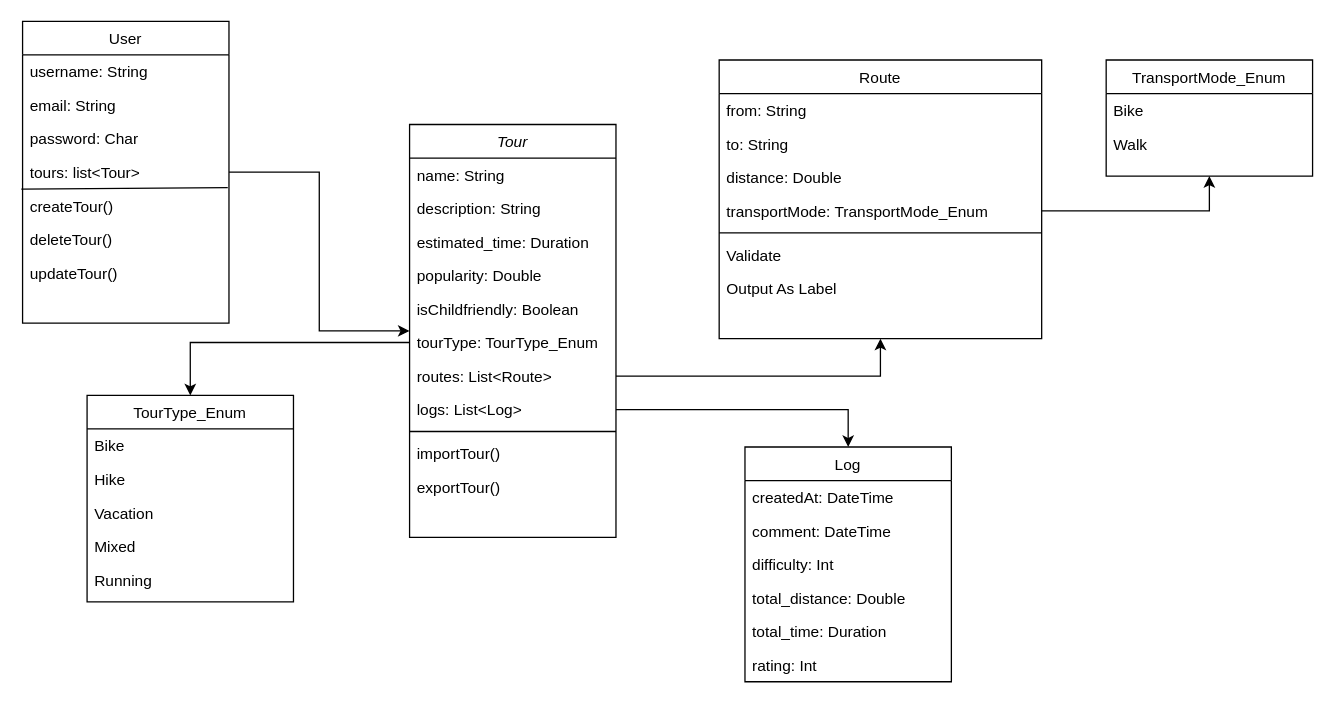
ykay12/tourplanner keeps this draw.io diagram as UML-Diagramm.drawio. Above is the earlier version. Source tidied: cells renumbered, new cells numbered last; positions are measured from the earlier drawing's top-left corner, leaving out a move shared by most shapes. Both pictures are drawn from the tidied source at 129%, with x=0, y=0 at pixel (22, 21).
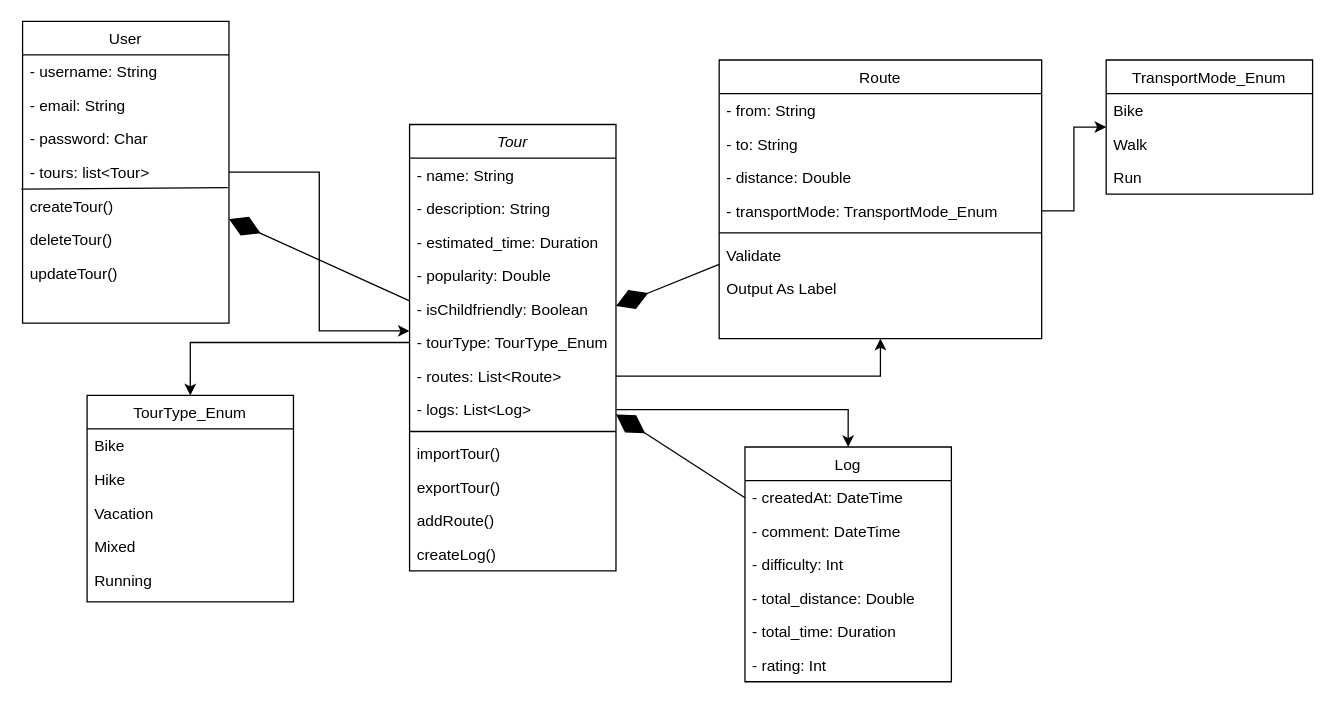
The same page after the edit.

The change refers to these unchanged cells:
```xml
<mxCell id="14" value="Route" style="swimlane;fontStyle=0;align=center;verticalAlign=top;horizontal=1;startSize=26;rounded=0;shadow=0;strokeWidth=1;" parent="1" vertex="1">
  <mxGeometry x="540" y="30" width="250" height="216" as="geometry" />
</mxCell>
<mxCell id="35" value="User" style="swimlane;fontStyle=0;align=center;verticalAlign=top;horizontal=1;startSize=26;rounded=0;shadow=0;strokeWidth=1;" parent="1" vertex="1">
  <mxGeometry width="160" height="234" as="geometry" />
</mxCell>
<mxCell id="44" value="Log" style="swimlane;fontStyle=0;align=center;verticalAlign=top;horizontal=1;startSize=26;rounded=0;shadow=0;strokeWidth=1;" parent="1" vertex="1">
  <mxGeometry x="560" y="330" width="160" height="182" as="geometry" />
</mxCell>
```

The edit, as a diff of the source:
```diff
@@
     <mxCell id="2" value="Tour" style="swimlane;fontStyle=2;align=center;verticalAlign=top;horizontal=1;startSize=26;rounded=0;shadow=0;strokeWidth=1;" parent="1" vertex="1">
-      <mxGeometry x="300" y="80" width="160" height="320" as="geometry" />
+      <mxGeometry x="300" y="80" width="160" height="346" as="geometry" />
     </mxCell>
-    <mxCell id="3" value="name: String" style="text;align=left;verticalAlign=top;spacingLeft=4;spacingRight=4;overflow=hidden;" parent="2" vertex="1">
+    <mxCell id="3" value="- name: String" style="text;align=left;verticalAlign=top;spacingLeft=4;spacingRight=4;overflow=hidden;" parent="2" vertex="1">
       <mxGeometry y="26" width="160" height="26" as="geometry" />
     </mxCell>
-    <mxCell id="4" value="description: String" style="text;align=left;verticalAlign=top;spacingLeft=4;spacingRight=4;overflow=hidden;" parent="2" vertex="1">
+    <mxCell id="4" value="- description: String" style="text;align=left;verticalAlign=top;spacingLeft=4;spacingRight=4;overflow=hidden;" parent="2" vertex="1">
       <mxGeometry y="52" width="160" height="26" as="geometry" />
     </mxCell>
-    <mxCell id="5" value="estimated_time: Duration" style="text;align=left;verticalAlign=top;spacingLeft=4;spacingRight=4;overflow=hidden;rounded=0;shadow=0;html=0;" parent="2" vertex="1">
+    <mxCell id="5" value="- estimated_time: Duration" style="text;align=left;verticalAlign=top;spacingLeft=4;spacingRight=4;overflow=hidden;rounded=0;shadow=0;html=0;" parent="2" vertex="1">
       <mxGeometry y="78" width="160" height="26" as="geometry" />
     </mxCell>
-    <mxCell id="6" value="popularity: Double" style="text;align=left;verticalAlign=top;spacingLeft=4;spacingRight=4;overflow=hidden;rounded=0;shadow=0;html=0;" parent="2" vertex="1">
+    <mxCell id="6" value="- popularity: Double" style="text;align=left;verticalAlign=top;spacingLeft=4;spacingRight=4;overflow=hidden;rounded=0;shadow=0;html=0;" parent="2" vertex="1">
       <mxGeometry y="104" width="160" height="26" as="geometry" />
     </mxCell>
-    <mxCell id="7" value="isChildfriendly: Boolean" style="text;align=left;verticalAlign=top;spacingLeft=4;spacingRight=4;overflow=hidden;rounded=0;shadow=0;html=0;" parent="2" vertex="1">
+    <mxCell id="7" value="- isChildfriendly: Boolean" style="text;align=left;verticalAlign=top;spacingLeft=4;spacingRight=4;overflow=hidden;rounded=0;shadow=0;html=0;" parent="2" vertex="1">
       <mxGeometry y="130" width="160" height="26" as="geometry" />
     </mxCell>
-    <mxCell id="8" value="tourType: TourType_Enum" style="text;align=left;verticalAlign=top;spacingLeft=4;spacingRight=4;overflow=hidden;points=[[0,0.5],[1,0.5]];portConstraint=eastwest;rounded=0;shadow=0;html=0;" parent="2" vertex="1">
+    <mxCell id="8" value="- tourType: TourType_Enum" style="text;align=left;verticalAlign=top;spacingLeft=4;spacingRight=4;overflow=hidden;points=[[0,0.5],[1,0.5]];portConstraint=eastwest;rounded=0;shadow=0;html=0;" parent="2" vertex="1">
       <mxGeometry y="156" width="160" height="26" as="geometry" />
     </mxCell>
-    <mxCell id="9" value="routes: List&lt;Route&gt;" style="text;align=left;verticalAlign=top;spacingLeft=4;spacingRight=4;overflow=hidden;points=[[0,0.5],[1,0.5]];portConstraint=eastwest;rounded=0;shadow=0;html=0;" parent="2" vertex="1">
+    <mxCell id="9" value="- routes: List&lt;Route&gt;" style="text;align=left;verticalAlign=top;spacingLeft=4;spacingRight=4;overflow=hidden;points=[[0,0.5],[1,0.5]];portConstraint=eastwest;rounded=0;shadow=0;html=0;" parent="2" vertex="1">
       <mxGeometry y="182" width="160" height="26" as="geometry" />
     </mxCell>
-    <mxCell id="10" value="logs: List&lt;Log&gt;" style="text;align=left;verticalAlign=top;spacingLeft=4;spacingRight=4;overflow=hidden;points=[[0,0.5],[1,0.5]];portConstraint=eastwest;rounded=0;shadow=0;html=0;" parent="2" vertex="1">
+    <mxCell id="10" value="- logs: List&lt;Log&gt;" style="text;align=left;verticalAlign=top;spacingLeft=4;spacingRight=4;overflow=hidden;points=[[0,0.5],[1,0.5]];portConstraint=eastwest;rounded=0;shadow=0;html=0;" parent="2" vertex="1">
       <mxGeometry y="208" width="160" height="26" as="geometry" />
     </mxCell>
@@
+    <mxCell id="52" value="addRoute()" style="text;align=left;verticalAlign=top;spacingLeft=4;spacingRight=4;overflow=hidden;" parent="2" vertex="1">
+      <mxGeometry y="294" width="160" height="26" as="geometry" />
+    </mxCell>
+    <mxCell id="53" value="createLog()" style="text;align=left;verticalAlign=top;spacingLeft=4;spacingRight=4;overflow=hidden;" parent="2" vertex="1">
+      <mxGeometry y="320" width="160" height="26" as="geometry" />
+    </mxCell>
@@
-    <mxCell id="15" value="from: String" style="text;align=left;verticalAlign=top;spacingLeft=4;spacingRight=4;overflow=hidden;" parent="14" vertex="1">
+    <mxCell id="15" value="- from: String" style="text;align=left;verticalAlign=top;spacingLeft=4;spacingRight=4;overflow=hidden;" parent="14" vertex="1">
       <mxGeometry y="26" width="250" height="26" as="geometry" />
     </mxCell>
-    <mxCell id="16" value="to: String" style="text;align=left;verticalAlign=top;spacingLeft=4;spacingRight=4;overflow=hidden;rounded=0;shadow=0;html=0;" parent="14" vertex="1">
+    <mxCell id="16" value="- to: String" style="text;align=left;verticalAlign=top;spacingLeft=4;spacingRight=4;overflow=hidden;rounded=0;shadow=0;html=0;" parent="14" vertex="1">
       <mxGeometry y="52" width="250" height="26" as="geometry" />
     </mxCell>
-    <mxCell id="17" value="distance: Double" style="text;align=left;verticalAlign=top;spacingLeft=4;spacingRight=4;overflow=hidden;rounded=0;shadow=0;html=0;" parent="14" vertex="1">
+    <mxCell id="17" value="- distance: Double" style="text;align=left;verticalAlign=top;spacingLeft=4;spacingRight=4;overflow=hidden;rounded=0;shadow=0;html=0;" parent="14" vertex="1">
       <mxGeometry y="78" width="250" height="26" as="geometry" />
     </mxCell>
-    <mxCell id="18" value="transportMode: TransportMode_Enum" style="text;align=left;verticalAlign=top;spacingLeft=4;spacingRight=4;overflow=hidden;points=[[0,0.5],[1,0.5]];portConstraint=eastwest;rounded=0;shadow=0;html=0;" parent="14" vertex="1">
+    <mxCell id="18" value="- transportMode: TransportMode_Enum" style="text;align=left;verticalAlign=top;spacingLeft=4;spacingRight=4;overflow=hidden;points=[[0,0.5],[1,0.5]];portConstraint=eastwest;rounded=0;shadow=0;html=0;" parent="14" vertex="1">
       <mxGeometry y="104" width="250" height="26" as="geometry" />
     </mxCell>
@@
     <mxCell id="29" value="TransportMode_Enum" style="swimlane;fontStyle=0;align=center;verticalAlign=top;horizontal=1;startSize=26;rounded=0;shadow=0;strokeWidth=1;" parent="1" vertex="1">
-      <mxGeometry x="840" y="30" width="160" height="90" as="geometry" />
+      <mxGeometry x="840" y="30" width="160" height="104" as="geometry" />
     </mxCell>
@@
+    <mxCell id="54" value="Run" style="text;align=left;verticalAlign=top;spacingLeft=4;spacingRight=4;overflow=hidden;rounded=0;shadow=0;html=0;" parent="29" vertex="1">
+      <mxGeometry y="78" width="160" height="26" as="geometry" />
+    </mxCell>
@@
     <mxCell id="34" style="edgeStyle=orthogonalEdgeStyle;rounded=0;jettySize=auto;html=1;" parent="1" edge="1" source="35" target="2">
-      <mxGeometry relative="1" as="geometry" />
+      <mxGeometry relative="1" as="geometry">
+        <Array as="points">
+          <mxPoint x="230" y="117" />
+          <mxPoint x="230" y="240" />
+        </Array>
+      </mxGeometry>
     </mxCell>
@@
-    <mxCell id="36" value="username: String" style="text;align=left;verticalAlign=top;spacingLeft=4;spacingRight=4;overflow=hidden;" parent="35" vertex="1">
+    <mxCell id="36" value="- username: String" style="text;align=left;verticalAlign=top;spacingLeft=4;spacingRight=4;overflow=hidden;" parent="35" vertex="1">
       <mxGeometry y="26" width="160" height="26" as="geometry" />
     </mxCell>
-    <mxCell id="37" value="email: String" style="text;align=left;verticalAlign=top;spacingLeft=4;spacingRight=4;overflow=hidden;" parent="35" vertex="1">
+    <mxCell id="37" value="- email: String" style="text;align=left;verticalAlign=top;spacingLeft=4;spacingRight=4;overflow=hidden;" parent="35" vertex="1">
       <mxGeometry y="52" width="160" height="26" as="geometry" />
     </mxCell>
-    <mxCell id="38" value="password: Char" style="text;align=left;verticalAlign=top;spacingLeft=4;spacingRight=4;overflow=hidden;rounded=0;shadow=0;html=0;" parent="35" vertex="1">
+    <mxCell id="38" value="- password: Char" style="text;align=left;verticalAlign=top;spacingLeft=4;spacingRight=4;overflow=hidden;rounded=0;shadow=0;html=0;" parent="35" vertex="1">
       <mxGeometry y="78" width="160" height="26" as="geometry" />
     </mxCell>
-    <mxCell id="39" value="tours: list&lt;Tour&gt;" style="text;align=left;verticalAlign=top;spacingLeft=4;spacingRight=4;overflow=hidden;rounded=0;shadow=0;html=0;" parent="35" vertex="1">
+    <mxCell id="39" value="- tours: list&lt;Tour&gt;" style="text;align=left;verticalAlign=top;spacingLeft=4;spacingRight=4;overflow=hidden;rounded=0;shadow=0;html=0;" parent="35" vertex="1">
       <mxGeometry y="104" width="160" height="26" as="geometry" />
     </mxCell>
@@
-    <mxCell id="45" value="createdAt: DateTime" style="text;align=left;verticalAlign=top;spacingLeft=4;spacingRight=4;overflow=hidden;" parent="44" vertex="1">
+    <mxCell id="45" value="- createdAt: DateTime" style="text;align=left;verticalAlign=top;spacingLeft=4;spacingRight=4;overflow=hidden;" parent="44" vertex="1">
       <mxGeometry y="26" width="160" height="26" as="geometry" />
     </mxCell>
-    <mxCell id="46" value="comment: DateTime" style="text;align=left;verticalAlign=top;spacingLeft=4;spacingRight=4;overflow=hidden;rounded=0;shadow=0;html=0;" parent="44" vertex="1">
+    <mxCell id="46" value="- comment: DateTime" style="text;align=left;verticalAlign=top;spacingLeft=4;spacingRight=4;overflow=hidden;rounded=0;shadow=0;html=0;" parent="44" vertex="1">
       <mxGeometry y="52" width="160" height="26" as="geometry" />
     </mxCell>
-    <mxCell id="47" value="difficulty: Int" style="text;align=left;verticalAlign=top;spacingLeft=4;spacingRight=4;overflow=hidden;rounded=0;shadow=0;html=0;" parent="44" vertex="1">
+    <mxCell id="47" value="- difficulty: Int" style="text;align=left;verticalAlign=top;spacingLeft=4;spacingRight=4;overflow=hidden;rounded=0;shadow=0;html=0;" parent="44" vertex="1">
       <mxGeometry y="78" width="160" height="26" as="geometry" />
     </mxCell>
-    <mxCell id="48" value="total_distance: Double" style="text;align=left;verticalAlign=top;spacingLeft=4;spacingRight=4;overflow=hidden;rounded=0;shadow=0;html=0;" parent="44" vertex="1">
+    <mxCell id="48" value="- total_distance: Double" style="text;align=left;verticalAlign=top;spacingLeft=4;spacingRight=4;overflow=hidden;rounded=0;shadow=0;html=0;" parent="44" vertex="1">
       <mxGeometry y="104" width="160" height="26" as="geometry" />
     </mxCell>
-    <mxCell id="49" value="total_time: Duration" style="text;align=left;verticalAlign=top;spacingLeft=4;spacingRight=4;overflow=hidden;rounded=0;shadow=0;html=0;" parent="44" vertex="1">
+    <mxCell id="49" value="- total_time: Duration" style="text;align=left;verticalAlign=top;spacingLeft=4;spacingRight=4;overflow=hidden;rounded=0;shadow=0;html=0;" parent="44" vertex="1">
       <mxGeometry y="130" width="160" height="26" as="geometry" />
     </mxCell>
-    <mxCell id="50" value="rating: Int" style="text;align=left;verticalAlign=top;spacingLeft=4;spacingRight=4;overflow=hidden;rounded=0;shadow=0;html=0;" parent="44" vertex="1">
+    <mxCell id="50" value="- rating: Int" style="text;align=left;verticalAlign=top;spacingLeft=4;spacingRight=4;overflow=hidden;rounded=0;shadow=0;html=0;" parent="44" vertex="1">
       <mxGeometry y="156" width="160" height="26" as="geometry" />
     </mxCell>
@@
+    <mxCell id="55" style="endArrow=diamondThin;endFill=1;endSize=24;html=1;rounded=0;" parent="1" edge="1" source="44" target="2">
+      <mxGeometry relative="1" as="geometry" />
+    </mxCell>
+    <mxCell id="56" style="endArrow=diamondThin;endFill=1;endSize=24;html=1;rounded=0;" parent="1" edge="1" source="2" target="35">
+      <mxGeometry relative="1" as="geometry" />
+    </mxCell>
+    <mxCell id="57" style="endArrow=diamondThin;endFill=1;endSize=24;html=1;rounded=0;" parent="1" edge="1" source="14" target="2">
+      <mxGeometry relative="1" as="geometry" />
+    </mxCell>
```
